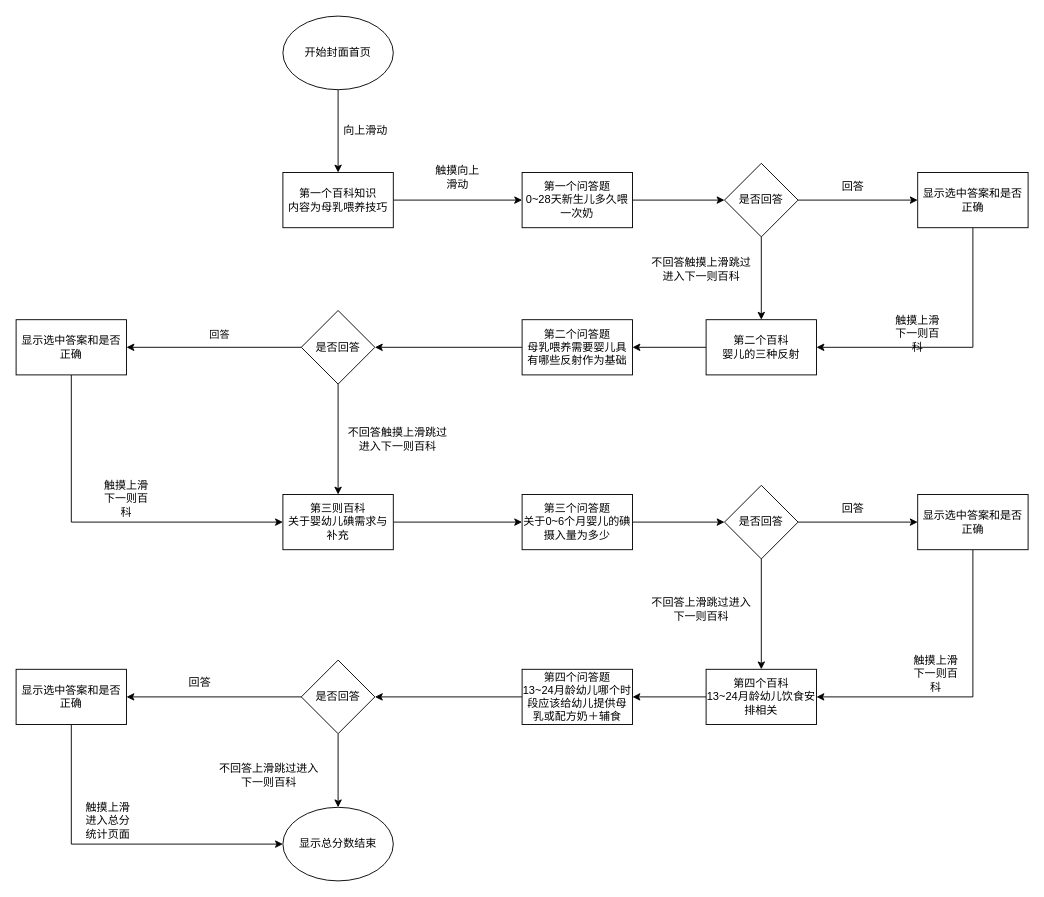
Above: 论文2修改流程图.drawio in hanxuebing/drawio (draw.io), before the change. Source tidied: cells renumbered, new cells numbered last; positions are measured from the earlier drawing's top-left corner, leaving out a move shared by most shapes. Both pictures are drawn from the tidied source at 92%, with x=0, y=0 at pixel (16, 16).
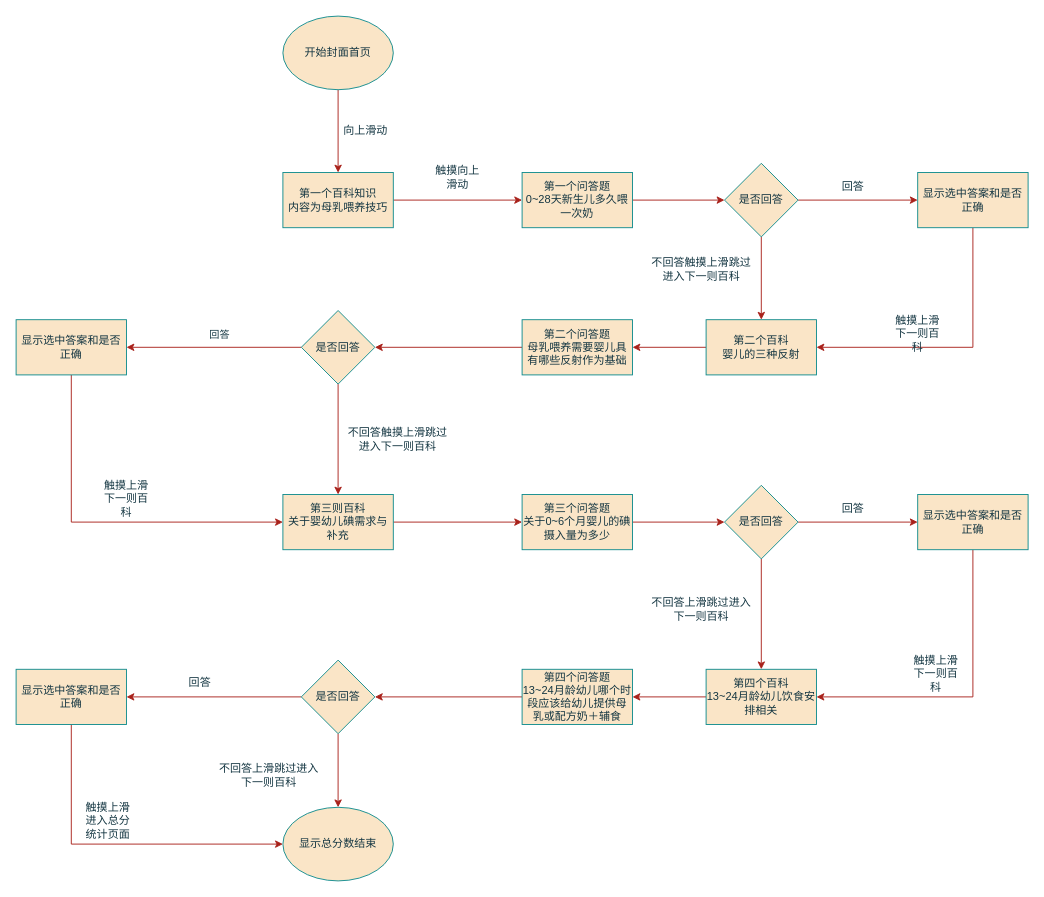
The same diagram, later.

Commit message (it also covers changes not shown here):
更新论文2修改流程图.drawio

What changed in the source:
```diff
@@
-    <mxCell id="2" style="edgeStyle=orthogonalEdgeStyle;rounded=0;jettySize=auto;html=1;" parent="1" edge="1" source="3" target="5">
+    <mxCell id="2" style="edgeStyle=orthogonalEdgeStyle;rounded=0;jettySize=auto;html=1;labelBackgroundColor=none;strokeColor=#A8201A;fontColor=default;" parent="1" edge="1" source="3" target="5">
       <mxGeometry relative="1" as="geometry" />
     </mxCell>
-    <mxCell id="3" value="开始封面首页" style="ellipse;whiteSpace=wrap;html=1;" parent="1" vertex="1">
+    <mxCell id="3" value="开始封面首页" style="ellipse;whiteSpace=wrap;html=1;labelBackgroundColor=none;fillColor=#FAE5C7;strokeColor=#0F8B8D;fontColor=#143642;rounded=0;" parent="1" vertex="1">
       <mxGeometry x="290" width="120" height="80" as="geometry" />
     </mxCell>
-    <mxCell id="4" style="edgeStyle=orthogonalEdgeStyle;rounded=0;jettySize=auto;html=1;" parent="1" edge="1" source="5" target="8">
+    <mxCell id="4" style="edgeStyle=orthogonalEdgeStyle;rounded=0;jettySize=auto;html=1;labelBackgroundColor=none;strokeColor=#A8201A;fontColor=default;" parent="1" edge="1" source="5" target="8">
       <mxGeometry relative="1" as="geometry" />
     </mxCell>
-    <mxCell id="5" value="第一个百科知识&lt;div&gt;内容为母乳喂养技巧&lt;/div&gt;" style="whiteSpace=wrap;html=1;" parent="1" vertex="1">
+    <mxCell id="5" value="第一个百科知识&lt;div&gt;内容为母乳喂养技巧&lt;/div&gt;" style="whiteSpace=wrap;html=1;labelBackgroundColor=none;fillColor=#FAE5C7;strokeColor=#0F8B8D;fontColor=#143642;rounded=0;" parent="1" vertex="1">
       <mxGeometry x="290" y="170" width="120" height="60" as="geometry" />
     </mxCell>
-    <mxCell id="6" value="向上滑动" style="text;html=1;align=center;verticalAlign=middle;whiteSpace=wrap;rounded=0;" parent="1" vertex="1">
+    <mxCell id="6" value="向上滑动" style="text;html=1;align=center;verticalAlign=middle;whiteSpace=wrap;rounded=0;labelBackgroundColor=none;fontColor=#143642;" parent="1" vertex="1">
       <mxGeometry x="350" y="110" width="60" height="30" as="geometry" />
     </mxCell>
-    <mxCell id="7" style="edgeStyle=orthogonalEdgeStyle;rounded=0;jettySize=auto;html=1;" parent="1" edge="1" source="8" target="12">
+    <mxCell id="7" style="edgeStyle=orthogonalEdgeStyle;rounded=0;jettySize=auto;html=1;labelBackgroundColor=none;strokeColor=#A8201A;fontColor=default;" parent="1" edge="1" source="8" target="12">
       <mxGeometry relative="1" as="geometry" />
     </mxCell>
-    <mxCell id="8" value="第一个问答题&lt;div&gt;0~28天新生儿多久喂一次奶&lt;/div&gt;" style="whiteSpace=wrap;html=1;" parent="1" vertex="1">
+    <mxCell id="8" value="第一个问答题&lt;div&gt;0~28天新生儿多久喂一次奶&lt;/div&gt;" style="whiteSpace=wrap;html=1;labelBackgroundColor=none;fillColor=#FAE5C7;strokeColor=#0F8B8D;fontColor=#143642;rounded=0;" parent="1" vertex="1">
       <mxGeometry x="550" y="170" width="120" height="60" as="geometry" />
     </mxCell>
-    <mxCell id="9" value="触摸向上滑动" style="text;html=1;align=center;verticalAlign=middle;whiteSpace=wrap;rounded=0;" parent="1" vertex="1">
+    <mxCell id="9" value="触摸向上滑动" style="text;html=1;align=center;verticalAlign=middle;whiteSpace=wrap;rounded=0;labelBackgroundColor=none;fontColor=#143642;" parent="1" vertex="1">
       <mxGeometry x="450" y="160" width="60" height="30" as="geometry" />
     </mxCell>
-    <mxCell id="10" style="edgeStyle=orthogonalEdgeStyle;rounded=0;jettySize=auto;html=1;" parent="1" edge="1" source="12" target="14">
+    <mxCell id="10" style="edgeStyle=orthogonalEdgeStyle;rounded=0;jettySize=auto;html=1;labelBackgroundColor=none;strokeColor=#A8201A;fontColor=default;" parent="1" edge="1" source="12" target="14">
       <mxGeometry relative="1" as="geometry" />
     </mxCell>
-    <mxCell id="11" style="edgeStyle=orthogonalEdgeStyle;rounded=0;jettySize=auto;html=1;" parent="1" edge="1" source="12" target="17">
+    <mxCell id="11" style="edgeStyle=orthogonalEdgeStyle;rounded=0;jettySize=auto;html=1;labelBackgroundColor=none;strokeColor=#A8201A;fontColor=default;" parent="1" edge="1" source="12" target="17">
       <mxGeometry relative="1" as="geometry" />
     </mxCell>
-    <mxCell id="12" value="是否回答" style="rhombus;whiteSpace=wrap;html=1;" parent="1" vertex="1">
+    <mxCell id="12" value="是否回答" style="rhombus;whiteSpace=wrap;html=1;labelBackgroundColor=none;fillColor=#FAE5C7;strokeColor=#0F8B8D;fontColor=#143642;rounded=0;" parent="1" vertex="1">
       <mxGeometry x="770" y="160" width="80" height="80" as="geometry" />
     </mxCell>
-    <mxCell id="13" style="edgeStyle=orthogonalEdgeStyle;rounded=0;jettySize=auto;html=1;" parent="1" edge="1" source="14" target="21">
+    <mxCell id="13" style="edgeStyle=orthogonalEdgeStyle;rounded=0;jettySize=auto;html=1;labelBackgroundColor=none;strokeColor=#A8201A;fontColor=default;" parent="1" edge="1" source="14" target="21">
       <mxGeometry relative="1" as="geometry" />
     </mxCell>
-    <mxCell id="14" value="第二个百科&lt;div&gt;婴儿的三种反射&lt;/div&gt;" style="whiteSpace=wrap;html=1;" parent="1" vertex="1">
+    <mxCell id="14" value="第二个百科&lt;div&gt;婴儿的三种反射&lt;/div&gt;" style="whiteSpace=wrap;html=1;labelBackgroundColor=none;fillColor=#FAE5C7;strokeColor=#0F8B8D;fontColor=#143642;rounded=0;" parent="1" vertex="1">
       <mxGeometry x="750" y="330" width="120" height="60" as="geometry" />
     </mxCell>
-    <mxCell id="15" value="不回答触摸上滑跳过进入下一则百科" style="text;html=1;align=center;verticalAlign=middle;whiteSpace=wrap;rounded=0;" parent="1" vertex="1">
+    <mxCell id="15" value="不回答触摸上滑跳过进入下一则百科" style="text;html=1;align=center;verticalAlign=middle;whiteSpace=wrap;rounded=0;labelBackgroundColor=none;fontColor=#143642;" parent="1" vertex="1">
       <mxGeometry x="690" y="260" width="110" height="30" as="geometry" />
     </mxCell>
-    <mxCell id="16" style="edgeStyle=orthogonalEdgeStyle;rounded=0;jettySize=auto;html=1;entryX=1;entryY=0.5;entryDx=0;entryDy=0;" parent="1" edge="1" source="17" target="14">
+    <mxCell id="16" style="edgeStyle=orthogonalEdgeStyle;rounded=0;jettySize=auto;html=1;entryX=1;entryY=0.5;entryDx=0;entryDy=0;labelBackgroundColor=none;strokeColor=#A8201A;fontColor=default;" parent="1" edge="1" source="17" target="14">
       <mxGeometry relative="1" as="geometry">
         <Array as="points">
           <mxPoint x="1040" y="360" />
         </Array>
       </mxGeometry>
     </mxCell>
-    <mxCell id="17" value="显示选中答案和是否正确" style="whiteSpace=wrap;html=1;" parent="1" vertex="1">
+    <mxCell id="17" value="显示选中答案和是否正确" style="whiteSpace=wrap;html=1;labelBackgroundColor=none;fillColor=#FAE5C7;strokeColor=#0F8B8D;fontColor=#143642;rounded=0;" parent="1" vertex="1">
       <mxGeometry x="980" y="170" width="120" height="60" as="geometry" />
     </mxCell>
-    <mxCell id="18" value="回答" style="text;html=1;align=center;verticalAlign=middle;whiteSpace=wrap;rounded=0;" parent="1" vertex="1">
+    <mxCell id="18" value="回答" style="text;html=1;align=center;verticalAlign=middle;whiteSpace=wrap;rounded=0;labelBackgroundColor=none;fontColor=#143642;" parent="1" vertex="1">
       <mxGeometry x="880" y="170" width="60" height="30" as="geometry" />
     </mxCell>
-    <mxCell id="19" value="触摸上滑下一则百科" style="text;html=1;align=center;verticalAlign=middle;whiteSpace=wrap;rounded=0;" parent="1" vertex="1">
+    <mxCell id="19" value="触摸上滑下一则百科" style="text;html=1;align=center;verticalAlign=middle;whiteSpace=wrap;rounded=0;labelBackgroundColor=none;fontColor=#143642;" parent="1" vertex="1">
       <mxGeometry x="950" y="330" width="60" height="30" as="geometry" />
     </mxCell>
-    <mxCell id="20" style="edgeStyle=orthogonalEdgeStyle;rounded=0;jettySize=auto;html=1;entryX=1;entryY=0.5;entryDx=0;entryDy=0;" parent="1" edge="1" source="21" target="25">
+    <mxCell id="20" style="edgeStyle=orthogonalEdgeStyle;rounded=0;jettySize=auto;html=1;entryX=1;entryY=0.5;entryDx=0;entryDy=0;labelBackgroundColor=none;strokeColor=#A8201A;fontColor=default;" parent="1" edge="1" source="21" target="25">
       <mxGeometry relative="1" as="geometry" />
     </mxCell>
-    <mxCell id="21" value="第二个问答题&lt;div&gt;母乳喂养需要婴儿具有哪些反射作为基础&lt;/div&gt;" style="whiteSpace=wrap;html=1;" parent="1" vertex="1">
+    <mxCell id="21" value="第二个问答题&lt;div&gt;母乳喂养需要婴儿具有哪些反射作为基础&lt;/div&gt;" style="whiteSpace=wrap;html=1;labelBackgroundColor=none;fillColor=#FAE5C7;strokeColor=#0F8B8D;fontColor=#143642;rounded=0;" parent="1" vertex="1">
       <mxGeometry x="550" y="330" width="120" height="60" as="geometry" />
     </mxCell>
-    <mxCell id="22" style="edgeStyle=orthogonalEdgeStyle;rounded=0;jettySize=auto;html=1;" parent="1" edge="1" source="25" target="28">
+    <mxCell id="22" style="edgeStyle=orthogonalEdgeStyle;rounded=0;jettySize=auto;html=1;labelBackgroundColor=none;strokeColor=#A8201A;fontColor=default;" parent="1" edge="1" source="25" target="28">
       <mxGeometry relative="1" as="geometry" />
     </mxCell>
-    <mxCell id="23" style="edgeStyle=orthogonalEdgeStyle;rounded=0;jettySize=auto;html=1;" parent="1" edge="1" source="25" target="30">
+    <mxCell id="23" style="edgeStyle=orthogonalEdgeStyle;rounded=0;jettySize=auto;html=1;labelBackgroundColor=none;strokeColor=#A8201A;fontColor=default;" parent="1" edge="1" source="25" target="30">
       <mxGeometry relative="1" as="geometry" />
     </mxCell>
-    <mxCell id="24" value="回答" style="edgeLabel;html=1;align=center;verticalAlign=middle;" parent="23" vertex="1">
+    <mxCell id="24" value="回答" style="edgeLabel;html=1;align=center;verticalAlign=middle;labelBackgroundColor=none;fontColor=#143642;rounded=0;" parent="23" vertex="1">
       <mxGeometry x="-0.02" y="-3" relative="1" as="geometry">
         <mxPoint x="3" y="-12" as="offset" />
       </mxGeometry>
     </mxCell>
-    <mxCell id="25" value="是否回答" style="rhombus;whiteSpace=wrap;html=1;" parent="1" vertex="1">
+    <mxCell id="25" value="是否回答" style="rhombus;whiteSpace=wrap;html=1;labelBackgroundColor=none;fillColor=#FAE5C7;strokeColor=#0F8B8D;fontColor=#143642;rounded=0;" parent="1" vertex="1">
       <mxGeometry x="310" y="320" width="80" height="80" as="geometry" />
     </mxCell>
-    <mxCell id="26" value="不回答触摸上滑跳过进入下一则百科" style="text;html=1;align=center;verticalAlign=middle;whiteSpace=wrap;rounded=0;" parent="1" vertex="1">
+    <mxCell id="26" value="不回答触摸上滑跳过进入下一则百科" style="text;html=1;align=center;verticalAlign=middle;whiteSpace=wrap;rounded=0;labelBackgroundColor=none;fontColor=#143642;" parent="1" vertex="1">
       <mxGeometry x="360" y="445" width="110" height="30" as="geometry" />
     </mxCell>
-    <mxCell id="27" style="edgeStyle=orthogonalEdgeStyle;rounded=0;jettySize=auto;html=1;" parent="1" edge="1" source="28" target="33">
+    <mxCell id="27" style="edgeStyle=orthogonalEdgeStyle;rounded=0;jettySize=auto;html=1;labelBackgroundColor=none;strokeColor=#A8201A;fontColor=default;" parent="1" edge="1" source="28" target="33">
       <mxGeometry relative="1" as="geometry" />
     </mxCell>
-    <mxCell id="28" value="第三则百科&lt;div&gt;关于婴幼儿碘需求与补充&lt;/div&gt;" style="rounded=0;whiteSpace=wrap;html=1;" parent="1" vertex="1">
+    <mxCell id="28" value="第三则百科&lt;div&gt;关于婴幼儿碘需求与补充&lt;/div&gt;" style="rounded=0;whiteSpace=wrap;html=1;labelBackgroundColor=none;fillColor=#FAE5C7;strokeColor=#0F8B8D;fontColor=#143642;" parent="1" vertex="1">
       <mxGeometry x="290" y="520" width="120" height="60" as="geometry" />
     </mxCell>
-    <mxCell id="29" style="edgeStyle=orthogonalEdgeStyle;rounded=0;jettySize=auto;html=1;entryX=0;entryY=0.5;entryDx=0;entryDy=0;" parent="1" edge="1" source="30" target="28">
+    <mxCell id="29" style="edgeStyle=orthogonalEdgeStyle;rounded=0;jettySize=auto;html=1;entryX=0;entryY=0.5;entryDx=0;entryDy=0;labelBackgroundColor=none;strokeColor=#A8201A;fontColor=default;" parent="1" edge="1" source="30" target="28">
       <mxGeometry relative="1" as="geometry">
         <Array as="points">
           <mxPoint x="60" y="550" />
         </Array>
       </mxGeometry>
     </mxCell>
-    <mxCell id="30" value="显示选中答案和是否正确" style="whiteSpace=wrap;html=1;" parent="1" vertex="1">
+    <mxCell id="30" value="显示选中答案和是否正确" style="whiteSpace=wrap;html=1;labelBackgroundColor=none;fillColor=#FAE5C7;strokeColor=#0F8B8D;fontColor=#143642;rounded=0;" parent="1" vertex="1">
       <mxGeometry y="330" width="120" height="60" as="geometry" />
     </mxCell>
-    <mxCell id="31" value="触摸上滑下一则百科" style="text;html=1;align=center;verticalAlign=middle;whiteSpace=wrap;rounded=0;" parent="1" vertex="1">
+    <mxCell id="31" value="触摸上滑下一则百科" style="text;html=1;align=center;verticalAlign=middle;whiteSpace=wrap;rounded=0;labelBackgroundColor=none;fontColor=#143642;" parent="1" vertex="1">
       <mxGeometry x="90" y="510" width="60" height="30" as="geometry" />
     </mxCell>
-    <mxCell id="32" style="edgeStyle=orthogonalEdgeStyle;rounded=0;jettySize=auto;html=1;" parent="1" edge="1" source="33" target="36">
+    <mxCell id="32" style="edgeStyle=orthogonalEdgeStyle;rounded=0;jettySize=auto;html=1;labelBackgroundColor=none;strokeColor=#A8201A;fontColor=default;" parent="1" edge="1" source="33" target="36">
       <mxGeometry relative="1" as="geometry" />
     </mxCell>
-    <mxCell id="33" value="第三个问答题&lt;div&gt;关于0~6个月婴儿的碘摄入量为多少&lt;/div&gt;" style="whiteSpace=wrap;html=1;rounded=0;" parent="1" vertex="1">
+    <mxCell id="33" value="第三个问答题&lt;div&gt;关于0~6个月婴儿的碘摄入量为多少&lt;/div&gt;" style="whiteSpace=wrap;html=1;rounded=0;labelBackgroundColor=none;fillColor=#FAE5C7;strokeColor=#0F8B8D;fontColor=#143642;" parent="1" vertex="1">
       <mxGeometry x="550" y="520" width="120" height="60" as="geometry" />
     </mxCell>
-    <mxCell id="34" style="edgeStyle=orthogonalEdgeStyle;rounded=0;jettySize=auto;html=1;" parent="1" edge="1" source="36" target="38">
+    <mxCell id="34" style="edgeStyle=orthogonalEdgeStyle;rounded=0;jettySize=auto;html=1;labelBackgroundColor=none;strokeColor=#A8201A;fontColor=default;" parent="1" edge="1" source="36" target="38">
       <mxGeometry relative="1" as="geometry" />
     </mxCell>
-    <mxCell id="35" style="edgeStyle=orthogonalEdgeStyle;rounded=0;jettySize=auto;html=1;" parent="1" edge="1" source="36" target="42">
+    <mxCell id="35" style="edgeStyle=orthogonalEdgeStyle;rounded=0;jettySize=auto;html=1;labelBackgroundColor=none;strokeColor=#A8201A;fontColor=default;" parent="1" edge="1" source="36" target="42">
       <mxGeometry relative="1" as="geometry" />
     </mxCell>
-    <mxCell id="36" value="是否回答" style="rhombus;whiteSpace=wrap;html=1;rounded=0;" parent="1" vertex="1">
+    <mxCell id="36" value="是否回答" style="rhombus;whiteSpace=wrap;html=1;rounded=0;labelBackgroundColor=none;fillColor=#FAE5C7;strokeColor=#0F8B8D;fontColor=#143642;" parent="1" vertex="1">
       <mxGeometry x="770" y="510" width="80" height="80" as="geometry" />
     </mxCell>
-    <mxCell id="37" style="edgeStyle=orthogonalEdgeStyle;rounded=0;jettySize=auto;html=1;entryX=1;entryY=0.5;entryDx=0;entryDy=0;" parent="1" edge="1" source="38" target="42">
+    <mxCell id="37" style="edgeStyle=orthogonalEdgeStyle;rounded=0;jettySize=auto;html=1;entryX=1;entryY=0.5;entryDx=0;entryDy=0;labelBackgroundColor=none;strokeColor=#A8201A;fontColor=default;" parent="1" edge="1" source="38" target="42">
       <mxGeometry relative="1" as="geometry">
         <Array as="points">
           <mxPoint x="1040" y="740" />
         </Array>
       </mxGeometry>
     </mxCell>
-    <mxCell id="38" value="显示选中答案和是否正确" style="whiteSpace=wrap;html=1;rounded=0;" parent="1" vertex="1">
+    <mxCell id="38" value="显示选中答案和是否正确" style="whiteSpace=wrap;html=1;rounded=0;labelBackgroundColor=none;fillColor=#FAE5C7;strokeColor=#0F8B8D;fontColor=#143642;" parent="1" vertex="1">
       <mxGeometry x="980" y="520" width="120" height="60" as="geometry" />
     </mxCell>
-    <mxCell id="39" value="回答" style="text;html=1;align=center;verticalAlign=middle;whiteSpace=wrap;rounded=0;" parent="1" vertex="1">
+    <mxCell id="39" value="回答" style="text;html=1;align=center;verticalAlign=middle;whiteSpace=wrap;rounded=0;labelBackgroundColor=none;fontColor=#143642;" parent="1" vertex="1">
       <mxGeometry x="880" y="520" width="60" height="30" as="geometry" />
     </mxCell>
-    <mxCell id="40" value="不回答上滑跳过进入下一则百科" style="text;html=1;align=center;verticalAlign=middle;whiteSpace=wrap;rounded=0;" parent="1" vertex="1">
+    <mxCell id="40" value="不回答上滑跳过进入下一则百科" style="text;html=1;align=center;verticalAlign=middle;whiteSpace=wrap;rounded=0;labelBackgroundColor=none;fontColor=#143642;" parent="1" vertex="1">
       <mxGeometry x="690" y="630" width="110" height="30" as="geometry" />
     </mxCell>
-    <mxCell id="41" style="edgeStyle=orthogonalEdgeStyle;rounded=0;jettySize=auto;html=1;" parent="1" edge="1" source="42" target="44">
+    <mxCell id="41" style="edgeStyle=orthogonalEdgeStyle;rounded=0;jettySize=auto;html=1;labelBackgroundColor=none;strokeColor=#A8201A;fontColor=default;" parent="1" edge="1" source="42" target="44">
       <mxGeometry relative="1" as="geometry" />
     </mxCell>
-    <mxCell id="42" value="第四个百科&lt;div&gt;13~24月龄幼儿饮食安排相关&lt;/div&gt;" style="whiteSpace=wrap;html=1;rounded=0;" parent="1" vertex="1">
+    <mxCell id="42" value="第四个百科&lt;div&gt;13~24月龄幼儿饮食安排相关&lt;/div&gt;" style="whiteSpace=wrap;html=1;rounded=0;labelBackgroundColor=none;fillColor=#FAE5C7;strokeColor=#0F8B8D;fontColor=#143642;" parent="1" vertex="1">
       <mxGeometry x="750" y="710" width="120" height="60" as="geometry" />
     </mxCell>
-    <mxCell id="43" style="edgeStyle=orthogonalEdgeStyle;rounded=0;jettySize=auto;html=1;" parent="1" edge="1" source="44" target="47">
+    <mxCell id="43" style="edgeStyle=orthogonalEdgeStyle;rounded=0;jettySize=auto;html=1;labelBackgroundColor=none;strokeColor=#A8201A;fontColor=default;" parent="1" edge="1" source="44" target="47">
       <mxGeometry relative="1" as="geometry" />
     </mxCell>
-    <mxCell id="44" value="第四个问答题&lt;div&gt;13~24月龄幼儿哪个时段应该给幼儿提供母乳或配方奶＋辅食&lt;/div&gt;" style="whiteSpace=wrap;html=1;rounded=0;" parent="1" vertex="1">
+    <mxCell id="44" value="第四个问答题&lt;div&gt;13~24月龄幼儿哪个时段应该给幼儿提供母乳或配方奶＋辅食&lt;/div&gt;" style="whiteSpace=wrap;html=1;rounded=0;labelBackgroundColor=none;fillColor=#FAE5C7;strokeColor=#0F8B8D;fontColor=#143642;" parent="1" vertex="1">
       <mxGeometry x="550" y="710" width="120" height="60" as="geometry" />
     </mxCell>
-    <mxCell id="45" style="edgeStyle=orthogonalEdgeStyle;rounded=0;jettySize=auto;html=1;" parent="1" edge="1" source="47" target="49">
+    <mxCell id="45" style="edgeStyle=orthogonalEdgeStyle;rounded=0;jettySize=auto;html=1;labelBackgroundColor=none;strokeColor=#A8201A;fontColor=default;" parent="1" edge="1" source="47" target="49">
       <mxGeometry relative="1" as="geometry" />
     </mxCell>
-    <mxCell id="46" style="edgeStyle=orthogonalEdgeStyle;rounded=0;jettySize=auto;html=1;entryX=0.5;entryY=0;entryDx=0;entryDy=0;" parent="1" edge="1" source="47" target="52">
+    <mxCell id="46" style="edgeStyle=orthogonalEdgeStyle;rounded=0;jettySize=auto;html=1;entryX=0.5;entryY=0;entryDx=0;entryDy=0;labelBackgroundColor=none;strokeColor=#A8201A;fontColor=default;" parent="1" edge="1" source="47" target="52">
       <mxGeometry relative="1" as="geometry" />
     </mxCell>
-    <mxCell id="47" value="是否回答" style="rhombus;whiteSpace=wrap;html=1;rounded=0;" parent="1" vertex="1">
+    <mxCell id="47" value="是否回答" style="rhombus;whiteSpace=wrap;html=1;rounded=0;labelBackgroundColor=none;fillColor=#FAE5C7;strokeColor=#0F8B8D;fontColor=#143642;" parent="1" vertex="1">
       <mxGeometry x="310" y="700" width="80" height="80" as="geometry" />
     </mxCell>
-    <mxCell id="48" style="edgeStyle=orthogonalEdgeStyle;rounded=0;jettySize=auto;html=1;entryX=0;entryY=0.5;entryDx=0;entryDy=0;" parent="1" edge="1" source="49" target="52">
+    <mxCell id="48" style="edgeStyle=orthogonalEdgeStyle;rounded=0;jettySize=auto;html=1;entryX=0;entryY=0.5;entryDx=0;entryDy=0;labelBackgroundColor=none;strokeColor=#A8201A;fontColor=default;" parent="1" edge="1" source="49" target="52">
       <mxGeometry relative="1" as="geometry">
         <Array as="points">
           <mxPoint x="60" y="900" />
         </Array>
       </mxGeometry>
     </mxCell>
-    <mxCell id="49" value="显示选中答案和是否正确" style="whiteSpace=wrap;html=1;rounded=0;" parent="1" vertex="1">
+    <mxCell id="49" value="显示选中答案和是否正确" style="whiteSpace=wrap;html=1;rounded=0;labelBackgroundColor=none;fillColor=#FAE5C7;strokeColor=#0F8B8D;fontColor=#143642;" parent="1" vertex="1">
       <mxGeometry y="710" width="120" height="60" as="geometry" />
     </mxCell>
-    <mxCell id="50" value="回答" style="text;html=1;align=center;verticalAlign=middle;whiteSpace=wrap;rounded=0;" parent="1" vertex="1">
+    <mxCell id="50" value="回答" style="text;html=1;align=center;verticalAlign=middle;whiteSpace=wrap;rounded=0;labelBackgroundColor=none;fontColor=#143642;" parent="1" vertex="1">
       <mxGeometry x="170" y="710" width="60" height="30" as="geometry" />
     </mxCell>
-    <mxCell id="51" value="不回答上滑跳过进入下一则百科" style="text;html=1;align=center;verticalAlign=middle;whiteSpace=wrap;rounded=0;" parent="1" vertex="1">
+    <mxCell id="51" value="不回答上滑跳过进入下一则百科" style="text;html=1;align=center;verticalAlign=middle;whiteSpace=wrap;rounded=0;labelBackgroundColor=none;fontColor=#143642;" parent="1" vertex="1">
       <mxGeometry x="220" y="810" width="110" height="30" as="geometry" />
     </mxCell>
-    <mxCell id="52" value="显示总分数结束" style="ellipse;whiteSpace=wrap;html=1;" parent="1" vertex="1">
+    <mxCell id="52" value="显示总分数结束" style="ellipse;whiteSpace=wrap;html=1;labelBackgroundColor=none;fillColor=#FAE5C7;strokeColor=#0F8B8D;fontColor=#143642;rounded=0;" parent="1" vertex="1">
       <mxGeometry x="290" y="860" width="120" height="80" as="geometry" />
     </mxCell>
-    <mxCell id="53" value="触摸上滑下一则百科" style="text;html=1;align=center;verticalAlign=middle;whiteSpace=wrap;rounded=0;" parent="1" vertex="1">
+    <mxCell id="53" value="触摸上滑下一则百科" style="text;html=1;align=center;verticalAlign=middle;whiteSpace=wrap;rounded=0;labelBackgroundColor=none;fontColor=#143642;" parent="1" vertex="1">
       <mxGeometry x="970" y="700" width="60" height="30" as="geometry" />
     </mxCell>
-    <mxCell id="54" value="触摸上滑进入总分统计页面" style="text;html=1;align=center;verticalAlign=middle;whiteSpace=wrap;rounded=0;" parent="1" vertex="1">
+    <mxCell id="54" value="触摸上滑进入总分统计页面" style="text;html=1;align=center;verticalAlign=middle;whiteSpace=wrap;rounded=0;labelBackgroundColor=none;fontColor=#143642;" parent="1" vertex="1">
       <mxGeometry x="70" y="860" width="60" height="30" as="geometry" />
     </mxCell>
```
